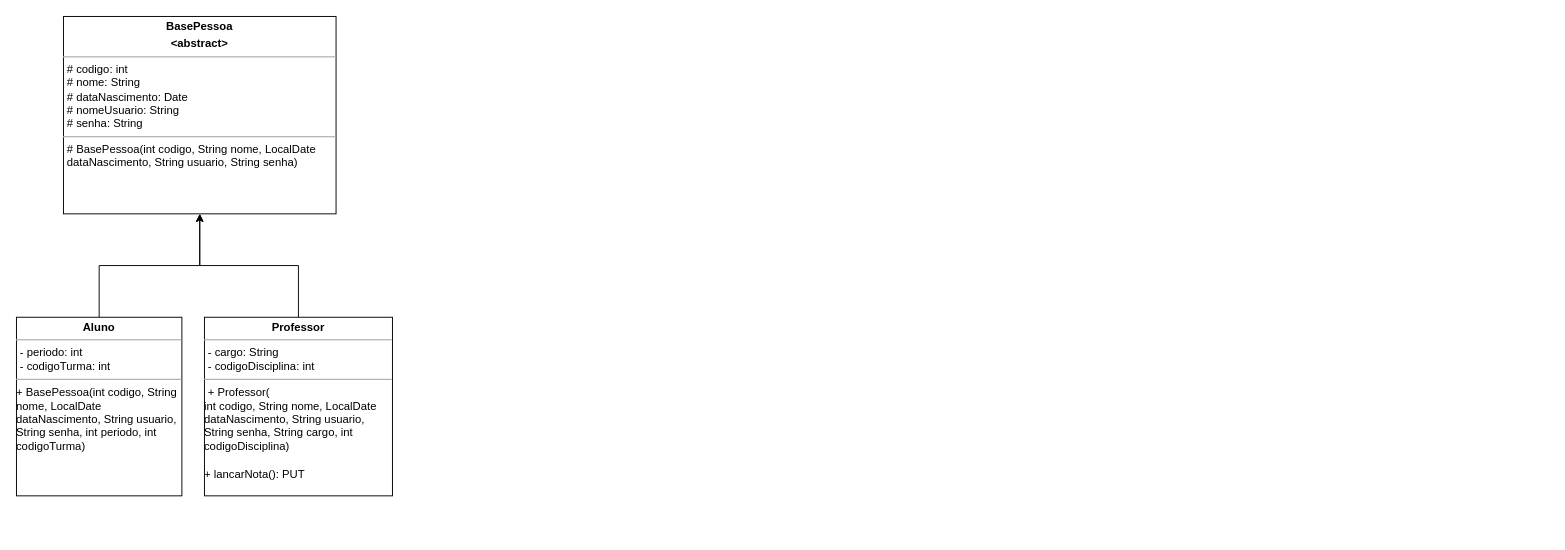
Before: Diagrama ProjetoApiContAcad,.drawio in wilianAlbrecht/ProjetoApiContAcad, a draw.io diagram. Source tidied: cells renumbered, new cells numbered last; positions are measured from the earlier drawing's top-left corner, leaving out a move shared by most shapes. Both pictures are drawn from the tidied source at 94%, with x=0, y=0 at pixel (16, 16).
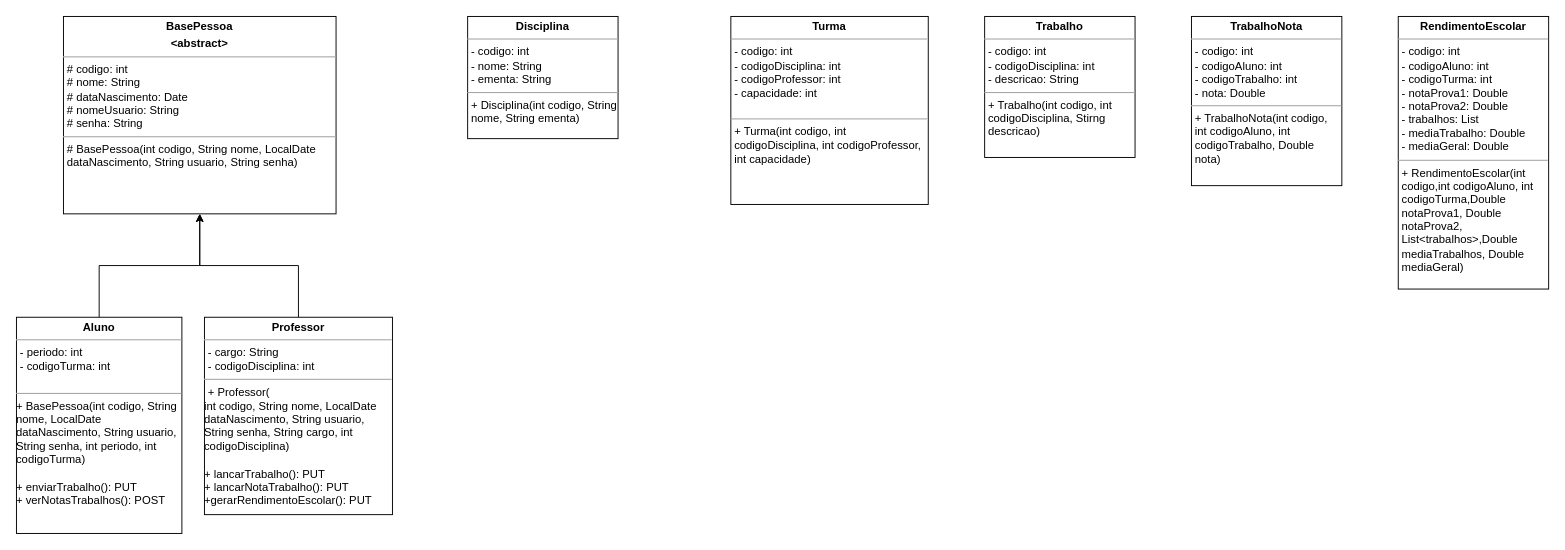
Above is the later version.

What changed in the source:
```diff
@@
 <mxGraphModel>
   <root>
     <mxCell id="0" />
     <mxCell id="1" parent="0" />
     <mxCell id="2" value="&lt;p style=&quot;margin:0px;margin-top:4px;text-align:center;&quot;&gt;&lt;b&gt;BasePessoa&lt;/b&gt;&lt;/p&gt;&lt;p style=&quot;margin:0px;margin-top:4px;text-align:center;&quot;&gt;&lt;b&gt;&amp;lt;abstract&amp;gt;&lt;/b&gt;&lt;/p&gt;&lt;hr size=&quot;1&quot;&gt;&lt;p style=&quot;margin:0px;margin-left:4px;&quot;&gt;# codigo: int&lt;/p&gt;&lt;p style=&quot;margin:0px;margin-left:4px;&quot;&gt;# nome: String&lt;/p&gt;&lt;p style=&quot;margin:0px;margin-left:4px;&quot;&gt;# dataNascimento: Date&lt;/p&gt;&lt;p style=&quot;margin:0px;margin-left:4px;&quot;&gt;# nomeUsuario: String&lt;/p&gt;&lt;p style=&quot;margin:0px;margin-left:4px;&quot;&gt;# senha: String&lt;/p&gt;&lt;hr size=&quot;1&quot;&gt;&lt;p style=&quot;margin:0px;margin-left:4px;&quot;&gt;# BasePessoa(int codigo, String nome, LocalDate dataNascimento, String usuario, String senha)&lt;/p&gt;" style="verticalAlign=top;align=left;overflow=fill;fontSize=12;fontFamily=Helvetica;html=1;whiteSpace=wrap;" parent="1" vertex="1">
       <mxGeometry x="50" width="290" height="210" as="geometry" />
     </mxCell>
     <mxCell id="3" style="edgeStyle=orthogonalEdgeStyle;rounded=0;jettySize=auto;html=1;" parent="1" edge="1" source="4" target="2">
       <mxGeometry relative="1" as="geometry" />
     </mxCell>
-    <mxCell id="4" value="&lt;p style=&quot;margin:0px;margin-top:4px;text-align:center;&quot;&gt;&lt;b&gt;Professor&lt;/b&gt;&lt;/p&gt;&lt;hr size=&quot;1&quot;&gt;&lt;p style=&quot;margin:0px;margin-left:4px;&quot;&gt;- cargo: String&lt;/p&gt;&lt;p style=&quot;margin:0px;margin-left:4px;&quot;&gt;- codigoDisciplina: int&lt;/p&gt;&lt;hr size=&quot;1&quot;&gt;&lt;p style=&quot;margin:0px;margin-left:4px;&quot;&gt;+ Professor(&lt;/p&gt;int codigo, String nome, LocalDate dataNascimento, String usuario, String senha, String cargo, int codigoDisciplina&lt;span style=&quot;background-color: initial;&quot;&gt;)&lt;br&gt;&lt;br&gt;+ lancarNota(): PUT&lt;br&gt;&lt;/span&gt;" style="verticalAlign=top;align=left;overflow=fill;fontSize=12;fontFamily=Helvetica;html=1;whiteSpace=wrap;" parent="1" vertex="1">
-      <mxGeometry x="200" y="320" width="200" height="190" as="geometry" />
+    <mxCell id="4" value="&lt;p style=&quot;margin:0px;margin-top:4px;text-align:center;&quot;&gt;&lt;b&gt;Professor&lt;/b&gt;&lt;/p&gt;&lt;hr size=&quot;1&quot;&gt;&lt;p style=&quot;margin:0px;margin-left:4px;&quot;&gt;- cargo: String&lt;/p&gt;&lt;p style=&quot;margin:0px;margin-left:4px;&quot;&gt;- codigoDisciplina: int&lt;/p&gt;&lt;hr size=&quot;1&quot;&gt;&lt;p style=&quot;margin:0px;margin-left:4px;&quot;&gt;+ Professor(&lt;/p&gt;int codigo, String nome, LocalDate dataNascimento, String usuario, String senha, String cargo, int codigoDisciplina&lt;span style=&quot;background-color: initial;&quot;&gt;)&lt;br&gt;&lt;br&gt;+ lancarTrabalho(): PUT&lt;br&gt;+ lancarNotaTrabalho(): PUT&lt;br&gt;+gerarRendimentoEscolar(): PUT&lt;br&gt;&lt;br&gt;&lt;/span&gt;" style="verticalAlign=top;align=left;overflow=fill;fontSize=12;fontFamily=Helvetica;html=1;whiteSpace=wrap;" parent="1" vertex="1">
+      <mxGeometry x="200" y="320" width="200" height="210" as="geometry" />
     </mxCell>
     <mxCell id="5" style="edgeStyle=orthogonalEdgeStyle;rounded=0;jettySize=auto;html=1;" parent="1" edge="1" source="6" target="2">
       <mxGeometry relative="1" as="geometry" />
     </mxCell>
-    <mxCell id="6" value="&lt;p style=&quot;margin:0px;margin-top:4px;text-align:center;&quot;&gt;&lt;b&gt;Aluno&lt;/b&gt;&lt;/p&gt;&lt;hr size=&quot;1&quot;&gt;&lt;p style=&quot;margin:0px;margin-left:4px;&quot;&gt;- periodo: int&lt;/p&gt;&lt;p style=&quot;margin:0px;margin-left:4px;&quot;&gt;- codigoTurma: int&lt;/p&gt;&lt;hr size=&quot;1&quot;&gt;&lt;p style=&quot;margin:0px;margin-left:4px;&quot;&gt;&lt;/p&gt;+ BasePessoa(int codigo, String nome, LocalDate dataNascimento, String usuario, String senha, int periodo, int codigoTurma)" style="verticalAlign=top;align=left;overflow=fill;fontSize=12;fontFamily=Helvetica;html=1;whiteSpace=wrap;" parent="1" vertex="1">
-      <mxGeometry y="320" width="176" height="190" as="geometry" />
+    <mxCell id="6" value="&lt;p style=&quot;margin:0px;margin-top:4px;text-align:center;&quot;&gt;&lt;b&gt;Aluno&lt;/b&gt;&lt;/p&gt;&lt;hr size=&quot;1&quot;&gt;&lt;p style=&quot;margin:0px;margin-left:4px;&quot;&gt;- periodo: int&lt;/p&gt;&lt;p style=&quot;margin:0px;margin-left:4px;&quot;&gt;- codigoTurma: int&lt;/p&gt;&lt;br&gt;&lt;hr size=&quot;1&quot;&gt;&lt;p style=&quot;margin:0px;margin-left:4px;&quot;&gt;&lt;/p&gt;+ BasePessoa(int codigo, String nome, LocalDate dataNascimento, String usuario, String senha, int periodo, int codigoTurma)&lt;br&gt;&lt;br&gt;+ enviarTrabalho(): PUT&lt;br&gt;+ verNotasTrabalhos(): POST" style="verticalAlign=top;align=left;overflow=fill;fontSize=12;fontFamily=Helvetica;html=1;whiteSpace=wrap;" parent="1" vertex="1">
+      <mxGeometry y="320" width="176" height="230" as="geometry" />
     </mxCell>
+    <mxCell id="7" value="&lt;p style=&quot;margin:0px;margin-top:4px;text-align:center;&quot;&gt;&lt;b&gt;Disciplina&lt;/b&gt;&lt;/p&gt;&lt;hr size=&quot;1&quot;&gt;&lt;p style=&quot;margin:0px;margin-left:4px;&quot;&gt;- codigo: int&lt;/p&gt;&lt;p style=&quot;margin:0px;margin-left:4px;&quot;&gt;- nome: String&lt;/p&gt;&lt;p style=&quot;margin:0px;margin-left:4px;&quot;&gt;- ementa: String&lt;/p&gt;&lt;hr size=&quot;1&quot;&gt;&lt;p style=&quot;margin:0px;margin-left:4px;&quot;&gt;+ Disciplina(int codigo, String nome, String ementa)&lt;/p&gt;" style="verticalAlign=top;align=left;overflow=fill;fontSize=12;fontFamily=Helvetica;html=1;whiteSpace=wrap;" parent="1" vertex="1">
+      <mxGeometry x="480" width="160" height="130" as="geometry" />
+    </mxCell>
+    <mxCell id="8" value="&lt;p style=&quot;margin:0px;margin-top:4px;text-align:center;&quot;&gt;&lt;b&gt;Turma&lt;/b&gt;&lt;/p&gt;&lt;hr size=&quot;1&quot;&gt;&lt;p style=&quot;margin:0px;margin-left:4px;&quot;&gt;- codigo: int&lt;/p&gt;&lt;p style=&quot;margin:0px;margin-left:4px;&quot;&gt;- codigoDisciplina: int&lt;/p&gt;&lt;p style=&quot;margin:0px;margin-left:4px;&quot;&gt;- codigoProfessor: int&lt;/p&gt;&lt;p style=&quot;margin:0px;margin-left:4px;&quot;&gt;- capacidade: int&lt;/p&gt;&lt;p style=&quot;margin:0px;margin-left:4px;&quot;&gt;&lt;br&gt;&lt;/p&gt;&lt;hr size=&quot;1&quot;&gt;&lt;p style=&quot;margin:0px;margin-left:4px;&quot;&gt;+ Turma(int codigo, int codigoDisciplina, int codigoProfessor, int capacidade)&lt;/p&gt;" style="verticalAlign=top;align=left;overflow=fill;fontSize=12;fontFamily=Helvetica;html=1;whiteSpace=wrap;" parent="1" vertex="1">
+      <mxGeometry x="760" width="210" height="200" as="geometry" />
+    </mxCell>
+    <mxCell id="9" value="&lt;p style=&quot;margin:0px;margin-top:4px;text-align:center;&quot;&gt;&lt;b&gt;Trabalho&lt;/b&gt;&lt;/p&gt;&lt;hr size=&quot;1&quot;&gt;&lt;p style=&quot;margin:0px;margin-left:4px;&quot;&gt;- codigo: int&lt;/p&gt;&lt;p style=&quot;margin:0px;margin-left:4px;&quot;&gt;- codigoDisciplina: int&lt;/p&gt;&lt;p style=&quot;margin:0px;margin-left:4px;&quot;&gt;- descricao: String&lt;/p&gt;&lt;hr size=&quot;1&quot;&gt;&lt;p style=&quot;margin:0px;margin-left:4px;&quot;&gt;+ Trabalho(int codigo, int codigoDisciplina, Stirng descricao)&lt;/p&gt;" style="verticalAlign=top;align=left;overflow=fill;fontSize=12;fontFamily=Helvetica;html=1;whiteSpace=wrap;" parent="1" vertex="1">
+      <mxGeometry x="1030" width="160" height="150" as="geometry" />
+    </mxCell>
+    <mxCell id="10" value="&lt;p style=&quot;margin:0px;margin-top:4px;text-align:center;&quot;&gt;&lt;b&gt;TrabalhoNota&lt;/b&gt;&lt;/p&gt;&lt;hr size=&quot;1&quot;&gt;&lt;p style=&quot;margin:0px;margin-left:4px;&quot;&gt;- codigo: int&lt;/p&gt;&lt;p style=&quot;margin:0px;margin-left:4px;&quot;&gt;- codigoAluno: int&lt;/p&gt;&lt;p style=&quot;margin:0px;margin-left:4px;&quot;&gt;- codigoTrabalho: int&lt;/p&gt;&lt;p style=&quot;margin:0px;margin-left:4px;&quot;&gt;- nota: Double&lt;/p&gt;&lt;hr size=&quot;1&quot;&gt;&lt;p style=&quot;margin:0px;margin-left:4px;&quot;&gt;+ TrabalhoNota(int codigo, int codigoAluno, int codigoTrabalho, Double nota)&lt;/p&gt;" style="verticalAlign=top;align=left;overflow=fill;fontSize=12;fontFamily=Helvetica;html=1;whiteSpace=wrap;" parent="1" vertex="1">
+      <mxGeometry x="1250" width="160" height="180" as="geometry" />
+    </mxCell>
+    <mxCell id="11" value="&lt;p style=&quot;margin:0px;margin-top:4px;text-align:center;&quot;&gt;&lt;b&gt;RendimentoEscolar&lt;/b&gt;&lt;/p&gt;&lt;hr size=&quot;1&quot;&gt;&lt;p style=&quot;margin:0px;margin-left:4px;&quot;&gt;- codigo: int&lt;/p&gt;&lt;p style=&quot;margin:0px;margin-left:4px;&quot;&gt;- codigoAluno: int&lt;/p&gt;&lt;p style=&quot;margin:0px;margin-left:4px;&quot;&gt;- codigoTurma: int&lt;/p&gt;&lt;p style=&quot;margin:0px;margin-left:4px;&quot;&gt;- notaProva1: Double&lt;/p&gt;&lt;p style=&quot;margin:0px;margin-left:4px;&quot;&gt;- notaProva2: Double&lt;/p&gt;&lt;p style=&quot;margin:0px;margin-left:4px;&quot;&gt;- trabalhos: List&lt;/p&gt;&lt;p style=&quot;margin:0px;margin-left:4px;&quot;&gt;- mediaTrabalho: Double&lt;/p&gt;&lt;p style=&quot;margin:0px;margin-left:4px;&quot;&gt;- mediaGeral: Double&lt;/p&gt;&lt;hr size=&quot;1&quot;&gt;&lt;p style=&quot;margin:0px;margin-left:4px;&quot;&gt;+ RendimentoEscolar(int codigo,int codigoAluno, int codigoTurma,Double notaProva1, Double notaProva2, List&amp;lt;trabalhos&amp;gt;,Double mediaTrabalhos, Double mediaGeral)&lt;/p&gt;" style="verticalAlign=top;align=left;overflow=fill;fontSize=12;fontFamily=Helvetica;html=1;whiteSpace=wrap;" parent="1" vertex="1">
+      <mxGeometry x="1470" width="160" height="290" as="geometry" />
+    </mxCell>
   </root>
 </mxGraphModel>
```
